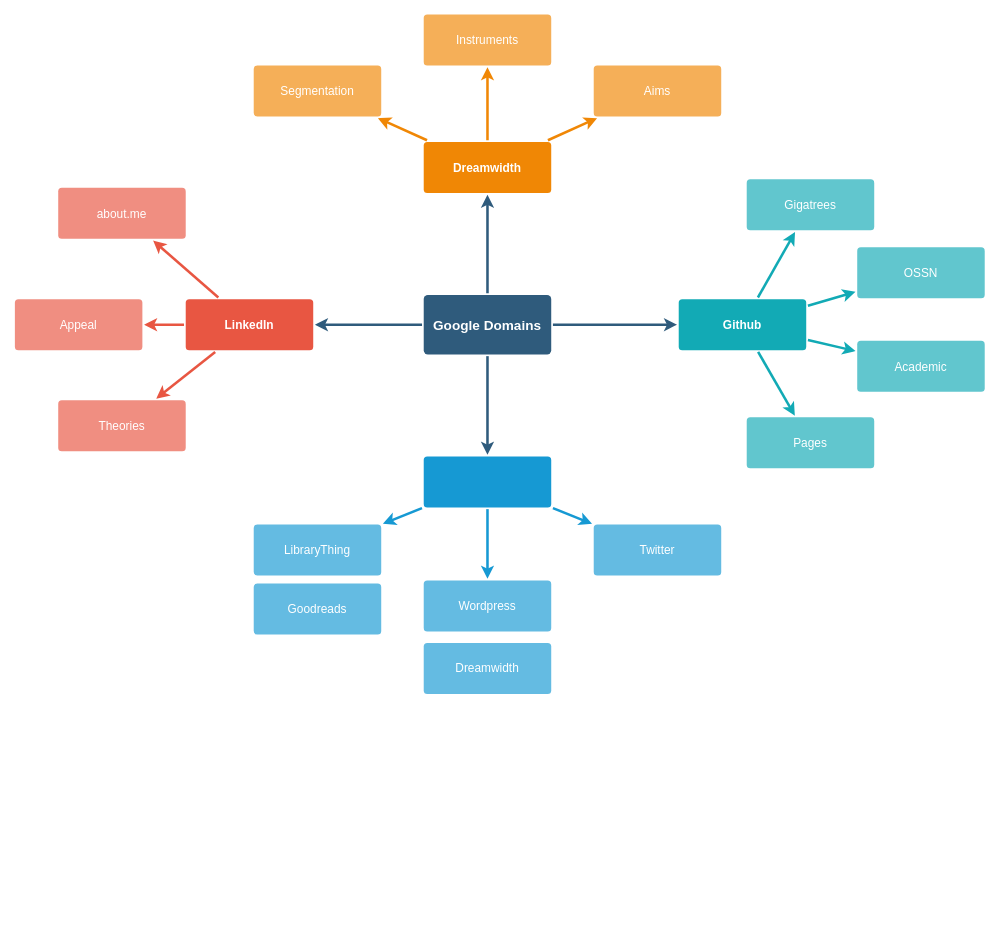
Before: Webweb.drawio in laurelyn/laurelyn.github.io, a draw.io diagram. Source tidied: cells renumbered, new cells numbered last; positions are measured from the earlier drawing's top-left corner, leaving out a move shared by most shapes. Both pictures are drawn from the tidied source at 85%, with x=0, y=0 at pixel (14, 14).
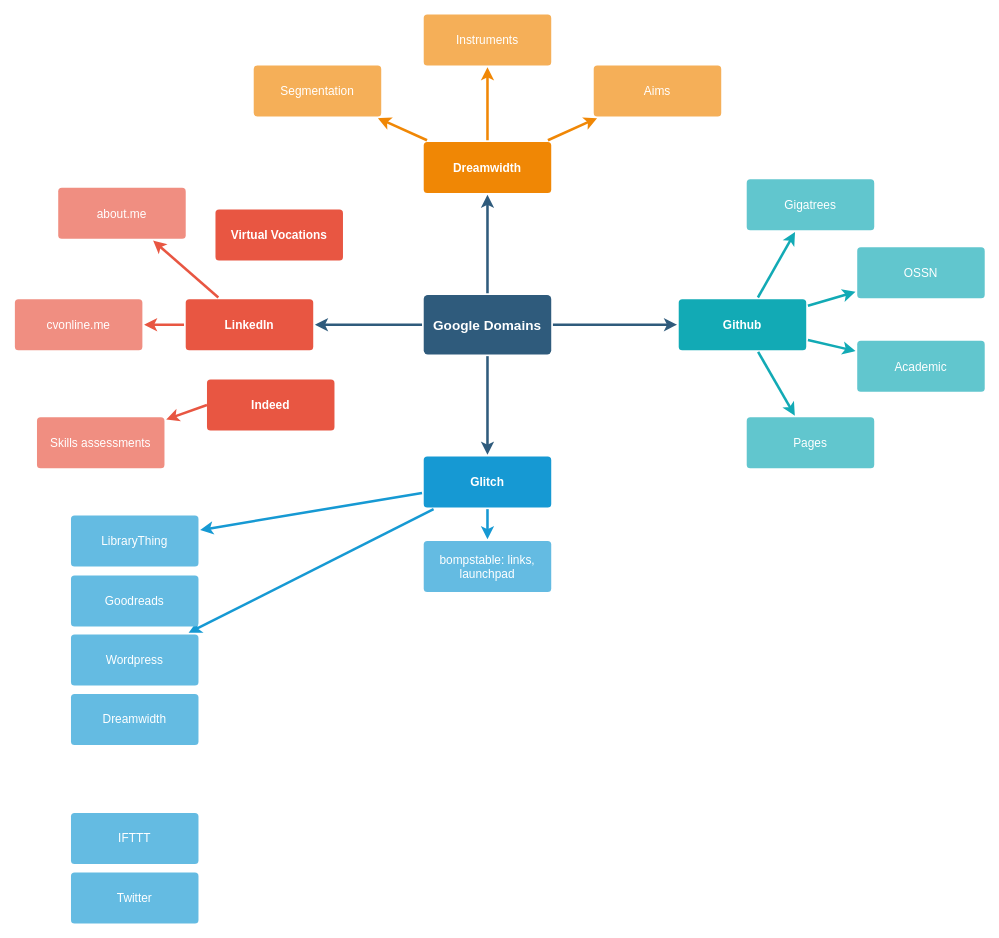
The same diagram, later.

The change refers to these unchanged cells:
```xml
<mxCell id="10" value="LinkedIn" style="rounded=1;whiteSpace=wrap;html=1;shadow=0;labelBackgroundColor=none;strokeColor=none;strokeWidth=3;fillColor=#e85642;fontFamily=Helvetica;fontSize=14;fontColor=#FFFFFF;align=center;spacing=5;fontStyle=1;arcSize=7;perimeterSpacing=2;" parent="1" vertex="1">
  <mxGeometry x="201" y="335.5" width="150" height="60" as="geometry" />
</mxCell>
```

What changed in the source:
```diff
@@
-    <mxCell id="9" style="edgeStyle=none;rounded=1;jumpStyle=none;html=1;shadow=0;labelBackgroundColor=none;startArrow=none;startFill=0;jettySize=auto;strokeColor=#E85642;strokeWidth=3;fontFamily=Helvetica;fontSize=14;fontColor=#FFFFFF;spacing=5;fontStyle=1;fillColor=#b0e3e6;" parent="1" edge="1" source="10" target="11">
-      <mxGeometry relative="1" as="geometry" />
+    <mxCell id="9" style="edgeStyle=none;rounded=1;jumpStyle=none;html=1;shadow=0;labelBackgroundColor=none;startArrow=none;startFill=0;jettySize=auto;strokeColor=#E85642;strokeWidth=3;fontFamily=Helvetica;fontSize=14;fontColor=#FFFFFF;spacing=5;fontStyle=1;fillColor=#b0e3e6;" parent="1" edge="1" target="11">
+      <mxGeometry relative="1" as="geometry">
+        <mxPoint x="226" y="460" as="sourcePoint" />
+      </mxGeometry>
     </mxCell>
@@
-    <mxCell id="11" value="Theories" style="rounded=1;whiteSpace=wrap;html=1;shadow=0;labelBackgroundColor=none;strokeColor=none;strokeWidth=3;fillColor=#f08e81;fontFamily=Helvetica;fontSize=14;fontColor=#FFFFFF;align=center;spacing=5;fontStyle=0;arcSize=7;perimeterSpacing=2;" parent="1" vertex="1">
-      <mxGeometry x="51" y="454.5" width="150" height="60" as="geometry" />
+    <mxCell id="11" value="Skills assessments" style="rounded=1;whiteSpace=wrap;html=1;shadow=0;labelBackgroundColor=none;strokeColor=none;strokeWidth=3;fillColor=#f08e81;fontFamily=Helvetica;fontSize=14;fontColor=#FFFFFF;align=center;spacing=5;fontStyle=0;arcSize=7;perimeterSpacing=2;" parent="1" vertex="1">
+      <mxGeometry x="26" y="474.5" width="150" height="60" as="geometry" />
     </mxCell>
-    <mxCell id="12" value="Appeal" style="rounded=1;whiteSpace=wrap;html=1;shadow=0;labelBackgroundColor=none;strokeColor=none;strokeWidth=3;fillColor=#f08e81;fontFamily=Helvetica;fontSize=14;fontColor=#FFFFFF;align=center;spacing=5;fontStyle=0;arcSize=7;perimeterSpacing=2;" parent="1" vertex="1">
+    <mxCell id="12" value="cvonline.me" style="rounded=1;whiteSpace=wrap;html=1;shadow=0;labelBackgroundColor=none;strokeColor=none;strokeWidth=3;fillColor=#f08e81;fontFamily=Helvetica;fontSize=14;fontColor=#FFFFFF;align=center;spacing=5;fontStyle=0;arcSize=7;perimeterSpacing=2;" parent="1" vertex="1">
       <mxGeometry y="335.5" width="150" height="60" as="geometry" />
     </mxCell>
@@
-    <mxCell id="17" style="rounded=1;whiteSpace=wrap;html=1;shadow=0;labelBackgroundColor=none;strokeColor=none;strokeWidth=3;fillColor=#1699d3;fontFamily=Helvetica;fontSize=14;fontColor=#FFFFFF;align=center;spacing=5;fontStyle=1;arcSize=7;perimeterSpacing=2;" parent="1" vertex="1">
+    <mxCell id="17" value="Glitch" style="rounded=1;whiteSpace=wrap;html=1;shadow=0;labelBackgroundColor=none;strokeColor=none;strokeWidth=3;fillColor=#1699d3;fontFamily=Helvetica;fontSize=14;fontColor=#FFFFFF;align=center;spacing=5;fontStyle=1;arcSize=7;perimeterSpacing=2;" parent="1" vertex="1">
       <mxGeometry x="481" y="520.5" width="150" height="60" as="geometry" />
     </mxCell>
-    <mxCell id="18" value="&lt;span style=&quot;white-space: normal&quot;&gt;Twitter&lt;/span&gt;" style="rounded=1;whiteSpace=wrap;html=1;shadow=0;labelBackgroundColor=none;strokeColor=none;strokeWidth=3;fillColor=#64bbe2;fontFamily=Helvetica;fontSize=14;fontColor=#FFFFFF;align=center;spacing=5;arcSize=7;perimeterSpacing=2;" parent="1" vertex="1">
-      <mxGeometry x="681" y="600.5" width="150" height="60" as="geometry" />
+    <mxCell id="18" value="&lt;span style=&quot;white-space: normal&quot;&gt;bompstable: links, launchpad&lt;/span&gt;" style="rounded=1;whiteSpace=wrap;html=1;shadow=0;labelBackgroundColor=none;strokeColor=none;strokeWidth=3;fillColor=#64bbe2;fontFamily=Helvetica;fontSize=14;fontColor=#FFFFFF;align=center;spacing=5;arcSize=7;perimeterSpacing=2;" parent="1" vertex="1">
+      <mxGeometry x="481" y="620" width="150" height="60" as="geometry" />
     </mxCell>
     <mxCell id="19" value="Wordpress" style="rounded=1;whiteSpace=wrap;html=1;shadow=0;labelBackgroundColor=none;strokeColor=none;strokeWidth=3;fillColor=#64bbe2;fontFamily=Helvetica;fontSize=14;fontColor=#FFFFFF;align=center;spacing=5;arcSize=7;perimeterSpacing=2;" parent="1" vertex="1">
-      <mxGeometry x="481" y="666.5" width="150" height="60" as="geometry" />
+      <mxGeometry x="66" y="730" width="150" height="60" as="geometry" />
     </mxCell>
     <mxCell id="20" value="LibraryThing" style="rounded=1;whiteSpace=wrap;html=1;shadow=0;labelBackgroundColor=none;strokeColor=none;strokeWidth=3;fillColor=#64bbe2;fontFamily=Helvetica;fontSize=14;fontColor=#FFFFFF;align=center;spacing=5;arcSize=7;perimeterSpacing=2;" parent="1" vertex="1">
-      <mxGeometry x="281" y="600.5" width="150" height="60" as="geometry" />
+      <mxGeometry x="66" y="590" width="150" height="60" as="geometry" />
     </mxCell>
@@
     <mxCell id="37" value="Goodreads" style="rounded=1;whiteSpace=wrap;html=1;shadow=0;labelBackgroundColor=none;strokeColor=none;strokeWidth=3;fillColor=#64bbe2;fontFamily=Helvetica;fontSize=14;fontColor=#FFFFFF;align=center;spacing=5;arcSize=7;perimeterSpacing=2;" parent="1" vertex="1">
-      <mxGeometry x="281" y="670" width="150" height="60" as="geometry" />
+      <mxGeometry x="66" y="660.5" width="150" height="60" as="geometry" />
     </mxCell>
     <mxCell id="38" value="Dreamwidth" style="rounded=1;whiteSpace=wrap;html=1;shadow=0;labelBackgroundColor=none;strokeColor=none;strokeWidth=3;fillColor=#64bbe2;fontFamily=Helvetica;fontSize=14;fontColor=#FFFFFF;align=center;spacing=5;arcSize=7;perimeterSpacing=2;" parent="1" vertex="1">
-      <mxGeometry x="481" y="740" width="150" height="60" as="geometry" />
+      <mxGeometry x="66" y="800" width="150" height="60" as="geometry" />
     </mxCell>
+    <mxCell id="39" value="Indeed" style="rounded=1;whiteSpace=wrap;html=1;shadow=0;labelBackgroundColor=none;strokeColor=none;strokeWidth=3;fillColor=#e85642;fontFamily=Helvetica;fontSize=14;fontColor=#FFFFFF;align=center;spacing=5;fontStyle=1;arcSize=7;perimeterSpacing=2;" parent="1" vertex="1">
+      <mxGeometry x="226" y="430" width="150" height="60" as="geometry" />
+    </mxCell>
+    <mxCell id="40" value="Virtual Vocations" style="rounded=1;whiteSpace=wrap;html=1;shadow=0;labelBackgroundColor=none;strokeColor=none;strokeWidth=3;fillColor=#e85642;fontFamily=Helvetica;fontSize=14;fontColor=#FFFFFF;align=center;spacing=5;fontStyle=1;arcSize=7;perimeterSpacing=2;" parent="1" vertex="1">
+      <mxGeometry x="236" y="230" width="150" height="60" as="geometry" />
+    </mxCell>
+    <mxCell id="41" value="&lt;span style=&quot;white-space: normal&quot;&gt;IFTTT&lt;br&gt;&lt;/span&gt;" style="rounded=1;whiteSpace=wrap;html=1;shadow=0;labelBackgroundColor=none;strokeColor=none;strokeWidth=3;fillColor=#64bbe2;fontFamily=Helvetica;fontSize=14;fontColor=#FFFFFF;align=center;spacing=5;arcSize=7;perimeterSpacing=2;" parent="1" vertex="1">
+      <mxGeometry x="66" y="940" width="150" height="60" as="geometry" />
+    </mxCell>
+    <mxCell id="42" value="&lt;span style=&quot;white-space: normal&quot;&gt;Twitter&lt;/span&gt;" style="rounded=1;whiteSpace=wrap;html=1;shadow=0;labelBackgroundColor=none;strokeColor=none;strokeWidth=3;fillColor=#64bbe2;fontFamily=Helvetica;fontSize=14;fontColor=#FFFFFF;align=center;spacing=5;arcSize=7;perimeterSpacing=2;" parent="1" vertex="1">
+      <mxGeometry x="66" y="1010" width="150" height="60" as="geometry" />
+    </mxCell>
```
